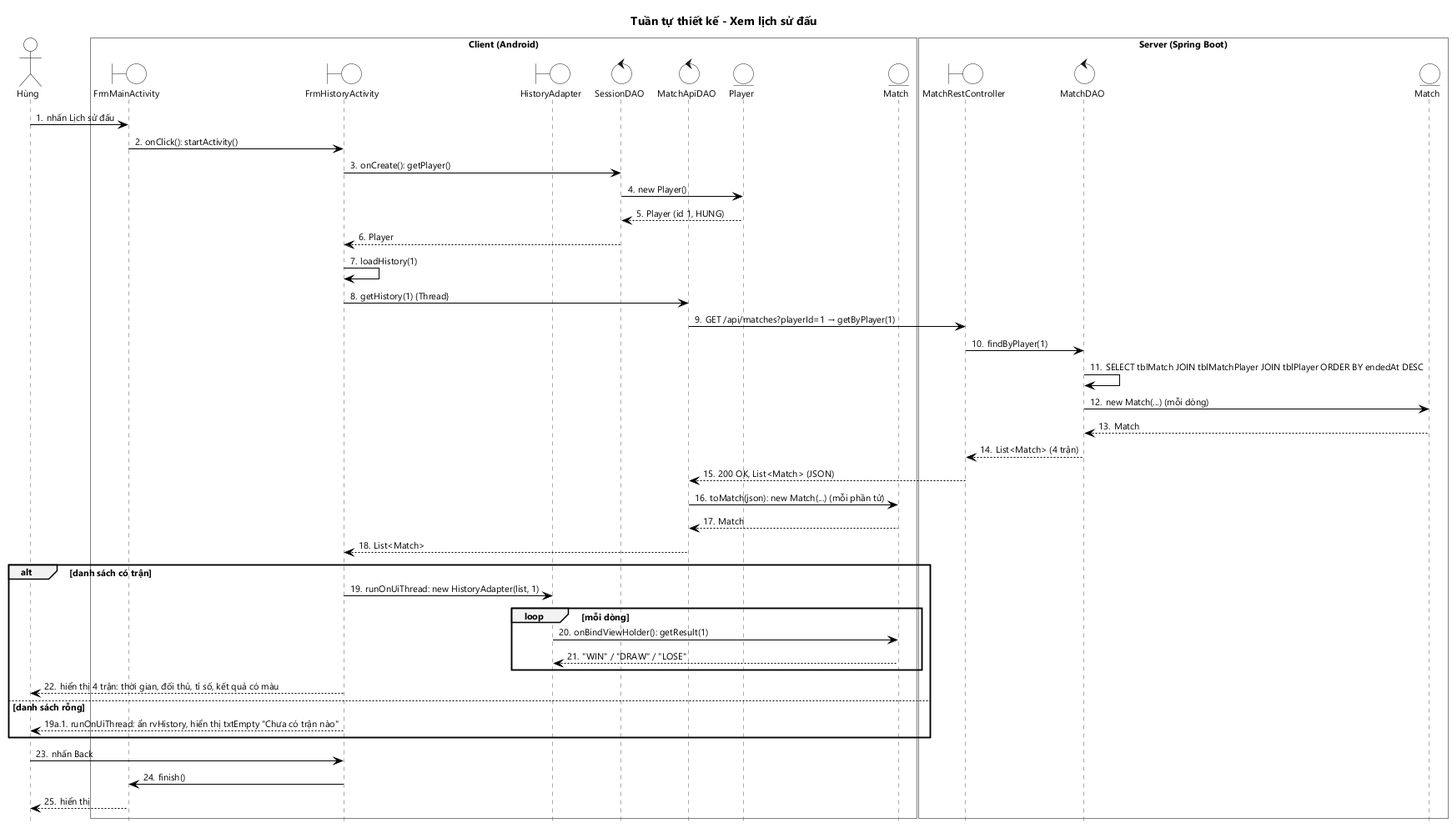
HungNguyenBa1811/math-dash keeps this PlantUML diagram as docs/hung/tuan-tu-thiet-ke-uc06.png. Above is the earlier version.
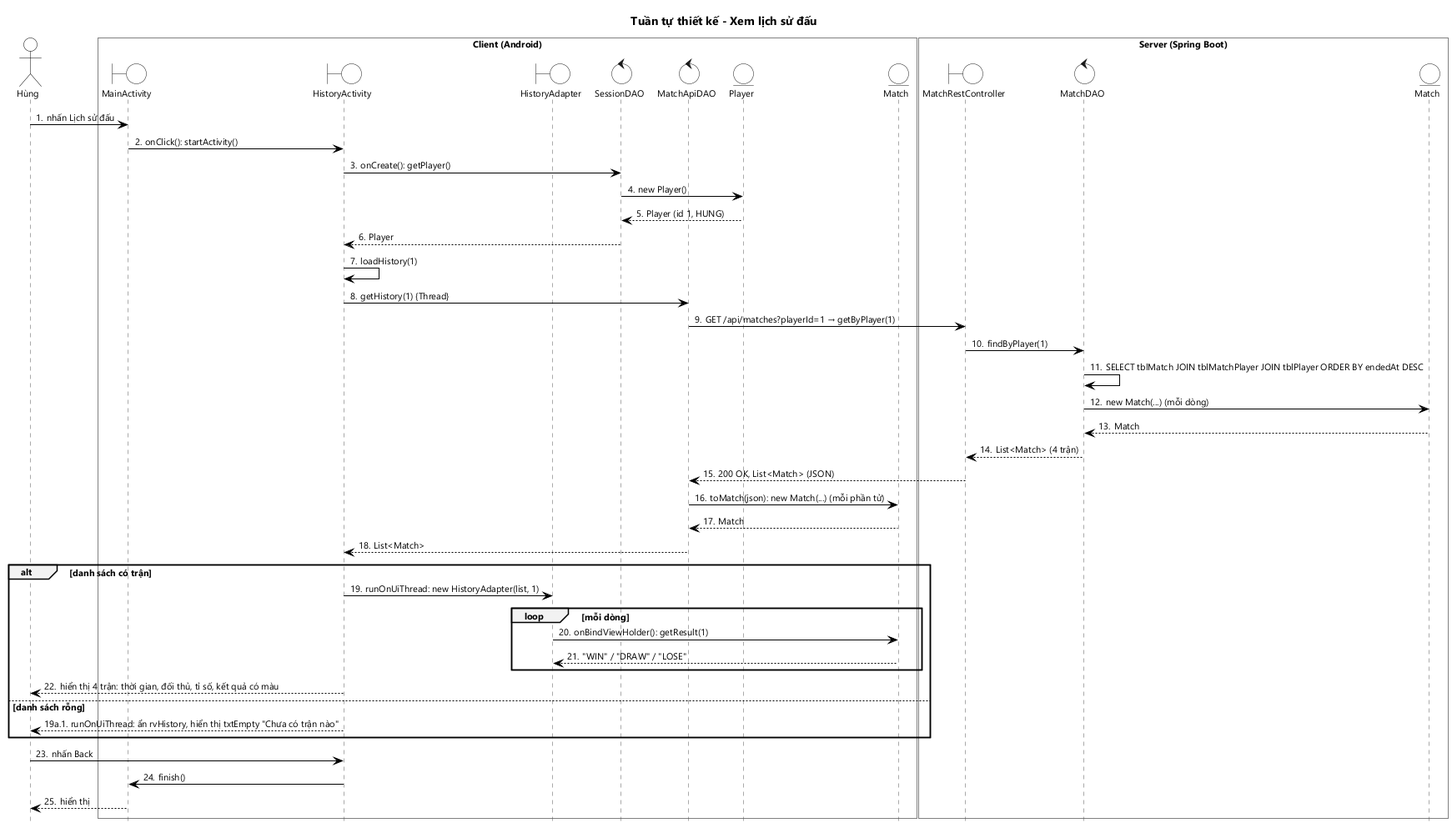
After the commit.

Diff of the diagram source:
```diff
@@ -4,8 +4,8 @@
 
 actor "Hùng" as U
 box "Client (Android)" #FFFFFF
-boundary FrmMainActivity as MA
-boundary FrmHistoryActivity as HA
+boundary MainActivity as MA
+boundary HistoryActivity as HA
 boundary HistoryAdapter as AD
 control SessionDAO as SD
 control MatchApiDAO as MAD
```
